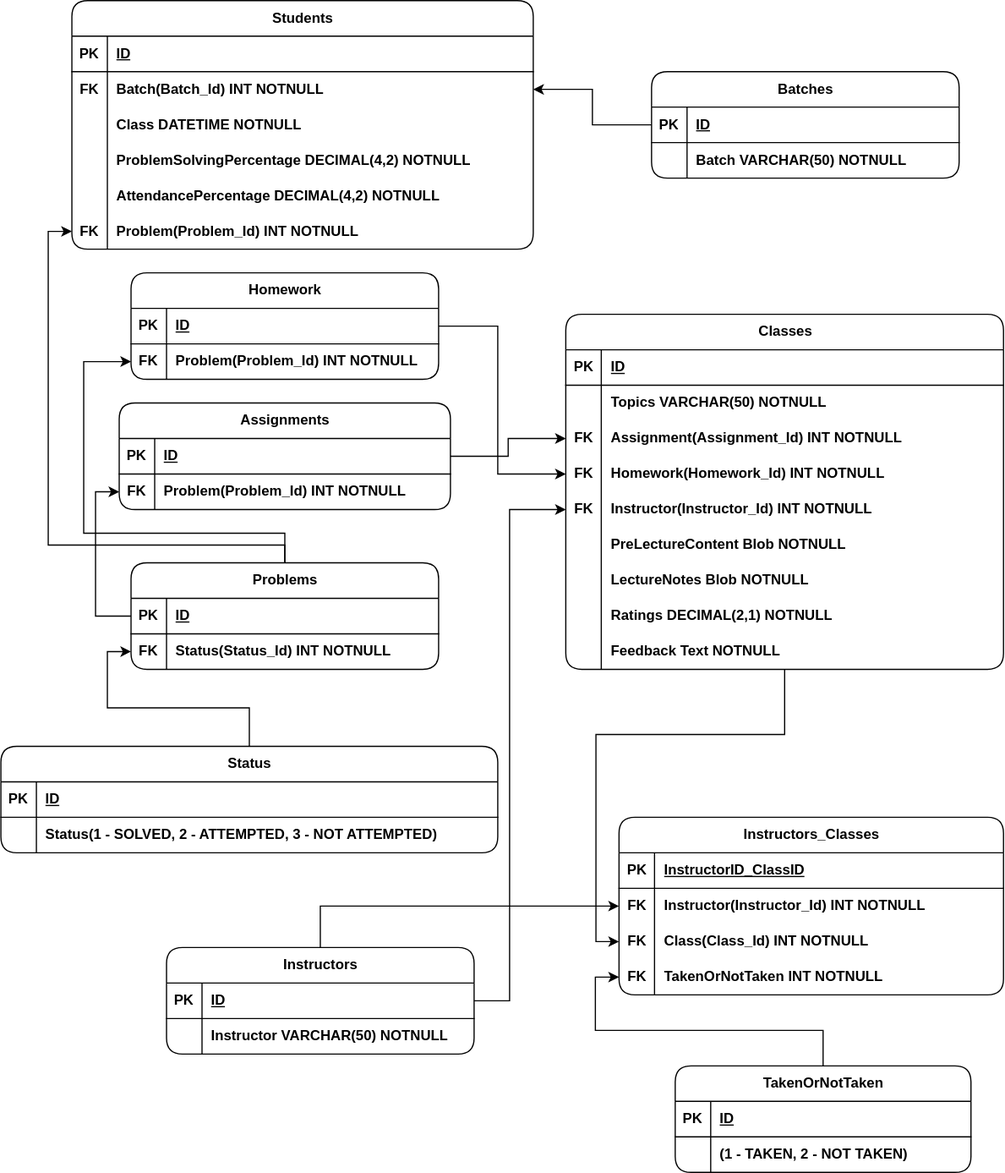
Before: Online Classes.svg, a diagram exported from draw.io (Deadlegend1321/Schemas). Source tidied: cells renumbered, new cells last; positions are measured from the earlier drawing's top-left corner, leaving out a move shared by most shapes.
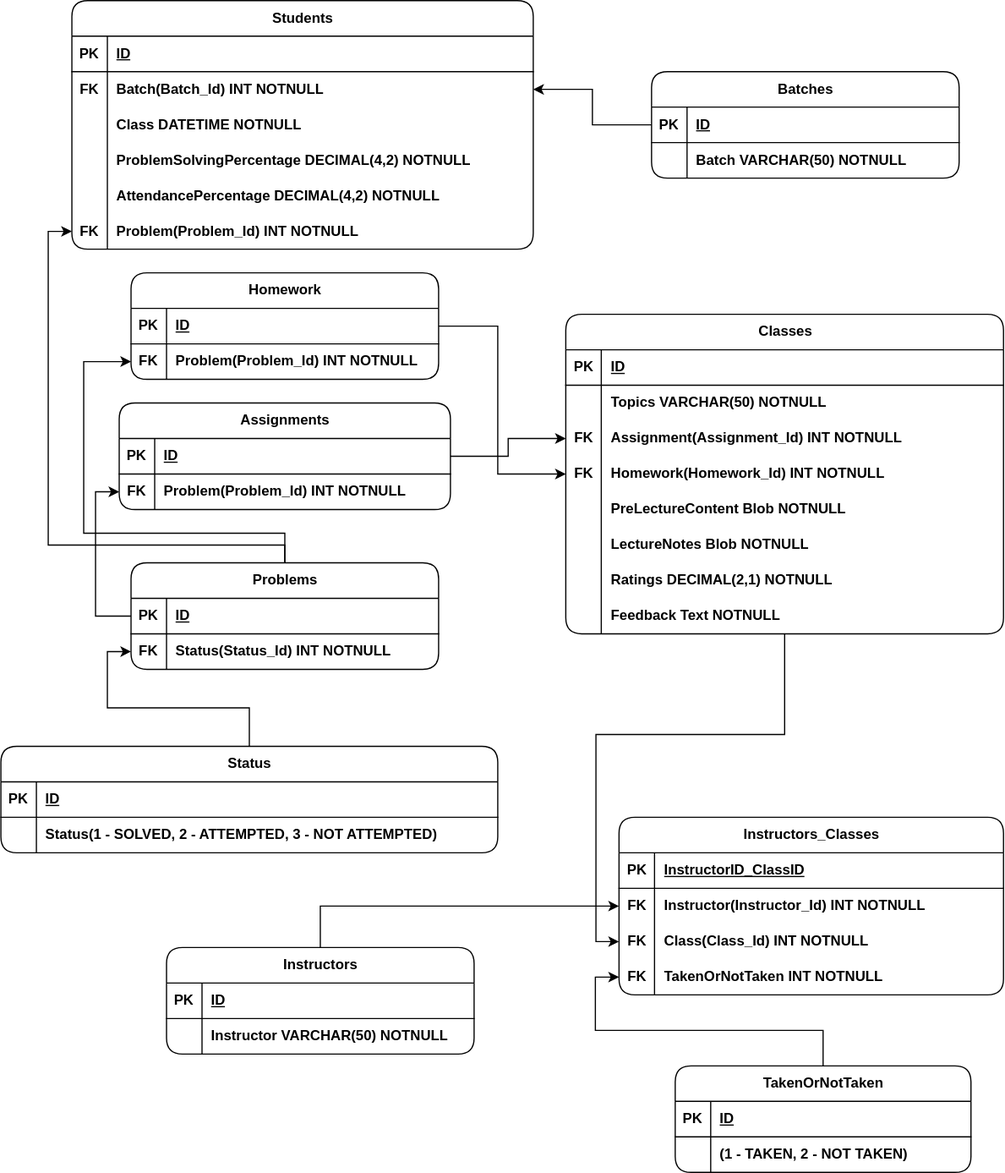
After the commit.

The edit, as a diff of the source:
```diff
@@ -69,7 +69,7 @@
       </mxGeometry>
     </mxCell>
     <mxCell id="22" value="Classes" style="shape=table;startSize=30;rowLines=0;fontStyle=1;align=center;html=1;rounded=1;" parent="1" vertex="1">
-      <mxGeometry x="477.5" y="265" width="370" height="300" as="geometry" />
+      <mxGeometry x="477.5" y="265" width="370" height="270" as="geometry" />
     </mxCell>
     <mxCell id="23" style="shape=tableRow;horizontal=0;startSize=0;swimlaneHead=0;swimlaneBody=0;fillColor=none;top=0;left=0;right=0;bottom=1;" parent="22" vertex="1">
       <mxGeometry y="30" width="370" height="30" as="geometry" />
@@ -107,17 +107,8 @@
     <mxCell id="34" value="&lt;b style=&quot;border-color: var(--border-color);&quot;&gt;Homework(Homework&lt;b style=&quot;border-color: var(--border-color);&quot;&gt;_&lt;/b&gt;Id) INT NOTNULL&lt;/b&gt;" style="shape=partialRectangle;fillColor=none;top=0;left=0;bottom=0;right=0;align=left;spacingLeft=6;overflow=hidden;whiteSpace=wrap;html=1;" parent="32" vertex="1">
       <mxGeometry x="30" width="340" height="30" as="geometry" />
     </mxCell>
-    <mxCell id="35" style="shape=tableRow;horizontal=0;startSize=0;swimlaneHead=0;swimlaneBody=0;fillColor=none;points=[[0,0.5],[1,0.5]];portConstraint=eastwest;top=0;left=0;right=0;bottom=0;" parent="22" vertex="1">
-      <mxGeometry y="150" width="370" height="30" as="geometry" />
-    </mxCell>
-    <mxCell id="36" value="&lt;b style=&quot;border-color: var(--border-color);&quot;&gt;FK&lt;/b&gt;" style="shape=partialRectangle;fillColor=none;top=0;left=0;bottom=0;right=0;overflow=hidden;whiteSpace=wrap;html=1;" parent="35" vertex="1">
-      <mxGeometry width="30" height="30" as="geometry" />
-    </mxCell>
-    <mxCell id="37" value="&lt;b style=&quot;border-color: var(--border-color);&quot;&gt;Instructor(Instructor&lt;b style=&quot;border-color: var(--border-color);&quot;&gt;_&lt;/b&gt;Id) INT NOTNULL&lt;/b&gt;" style="shape=partialRectangle;fillColor=none;top=0;left=0;bottom=0;right=0;align=left;spacingLeft=6;overflow=hidden;whiteSpace=wrap;html=1;" parent="35" vertex="1">
-      <mxGeometry x="30" width="340" height="30" as="geometry" />
-    </mxCell>
     <mxCell id="38" style="shape=tableRow;horizontal=0;startSize=0;swimlaneHead=0;swimlaneBody=0;fillColor=none;top=0;left=0;right=0;bottom=0;" parent="22" vertex="1">
-      <mxGeometry y="180" width="370" height="30" as="geometry" />
+      <mxGeometry y="150" width="370" height="30" as="geometry" />
     </mxCell>
     <mxCell id="39" style="shape=partialRectangle;fillColor=none;top=0;left=0;bottom=0;right=0;overflow=hidden;whiteSpace=wrap;html=1;" parent="38" vertex="1">
       <mxGeometry width="30" height="30" as="geometry" />
@@ -126,7 +117,7 @@
       <mxGeometry x="30" width="340" height="30" as="geometry" />
     </mxCell>
     <mxCell id="41" style="shape=tableRow;horizontal=0;startSize=0;swimlaneHead=0;swimlaneBody=0;fillColor=none;top=0;left=0;right=0;bottom=0;" parent="22" vertex="1">
-      <mxGeometry y="210" width="370" height="30" as="geometry" />
+      <mxGeometry y="180" width="370" height="30" as="geometry" />
     </mxCell>
     <mxCell id="42" style="shape=partialRectangle;fillColor=none;top=0;left=0;bottom=0;right=0;overflow=hidden;whiteSpace=wrap;html=1;" parent="41" vertex="1">
       <mxGeometry width="30" height="30" as="geometry" />
@@ -135,7 +126,7 @@
       <mxGeometry x="30" width="340" height="30" as="geometry" />
     </mxCell>
     <mxCell id="44" style="shape=tableRow;horizontal=0;startSize=0;swimlaneHead=0;swimlaneBody=0;fillColor=none;top=0;left=0;right=0;bottom=0;" parent="22" vertex="1">
-      <mxGeometry y="240" width="370" height="30" as="geometry" />
+      <mxGeometry y="210" width="370" height="30" as="geometry" />
     </mxCell>
     <mxCell id="45" style="shape=partialRectangle;fillColor=none;top=0;left=0;bottom=0;right=0;overflow=hidden;whiteSpace=wrap;html=1;" parent="44" vertex="1">
       <mxGeometry width="30" height="30" as="geometry" />
@@ -144,7 +135,7 @@
       <mxGeometry x="30" width="340" height="30" as="geometry" />
     </mxCell>
     <mxCell id="47" style="shape=tableRow;horizontal=0;startSize=0;swimlaneHead=0;swimlaneBody=0;fillColor=none;top=0;left=0;right=0;bottom=0;" parent="22" vertex="1">
-      <mxGeometry y="270" width="370" height="30" as="geometry" />
+      <mxGeometry y="240" width="370" height="30" as="geometry" />
     </mxCell>
     <mxCell id="48" style="shape=partialRectangle;fillColor=none;top=0;left=0;bottom=0;right=0;overflow=hidden;whiteSpace=wrap;html=1;" parent="47" vertex="1">
       <mxGeometry width="30" height="30" as="geometry" />
@@ -176,14 +167,6 @@
     <mxCell id="57" value="&lt;b style=&quot;border-color: var(--border-color);&quot;&gt;Problem(&lt;b style=&quot;border-color: var(--border-color);&quot;&gt;Problem_&lt;/b&gt;Id) INT NOTNULL&lt;/b&gt;" style="shape=partialRectangle;fillColor=none;top=0;left=0;bottom=0;right=0;align=left;spacingLeft=6;overflow=hidden;whiteSpace=wrap;html=1;" parent="55" vertex="1">
       <mxGeometry x="30" width="250" height="30" as="geometry" />
     </mxCell>
-    <mxCell id="58" style="edgeStyle=orthogonalEdgeStyle;rounded=0;jettySize=auto;html=1;entryX=0;entryY=0.5;entryDx=0;entryDy=0;" parent="1" edge="1" source="60" target="35">
-      <mxGeometry relative="1" as="geometry">
-        <Array as="points">
-          <mxPoint x="430" y="845" />
-          <mxPoint x="430" y="430" />
-        </Array>
-      </mxGeometry>
-    </mxCell>
     <mxCell id="59" style="edgeStyle=orthogonalEdgeStyle;rounded=0;jettySize=auto;html=1;entryX=0;entryY=0.5;entryDx=0;entryDy=0;" parent="1" edge="1" source="60" target="79">
       <mxGeometry relative="1" as="geometry" />
     </mxCell>
```
